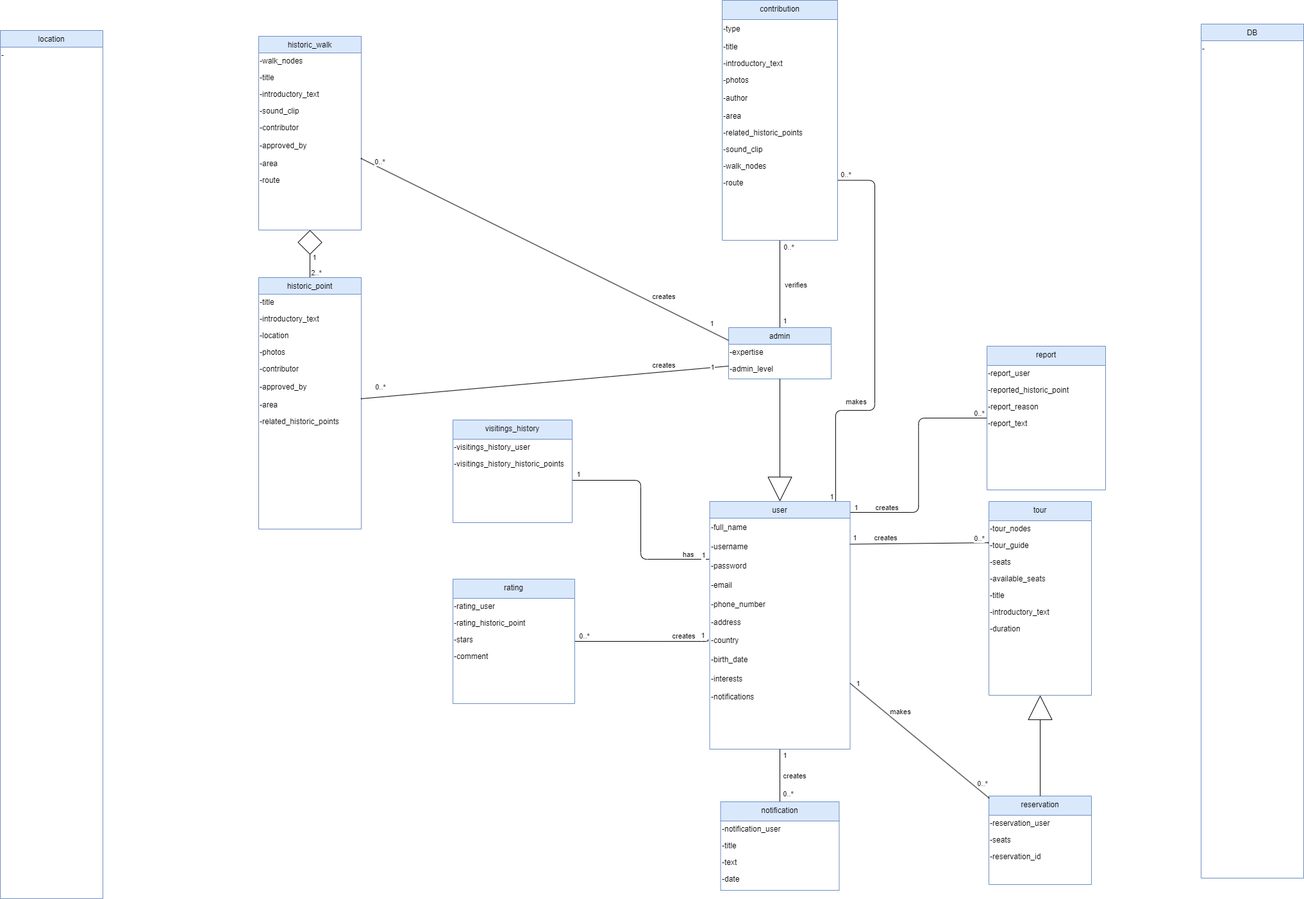
This is NOTES/Domain Model.png from Nektar24/software-engineering, a draw.io export, as it was before one commit. Source tidied: cells renumbered, new cells last; positions are measured from the earlier drawing's top-left corner, leaving out a move shared by most shapes.
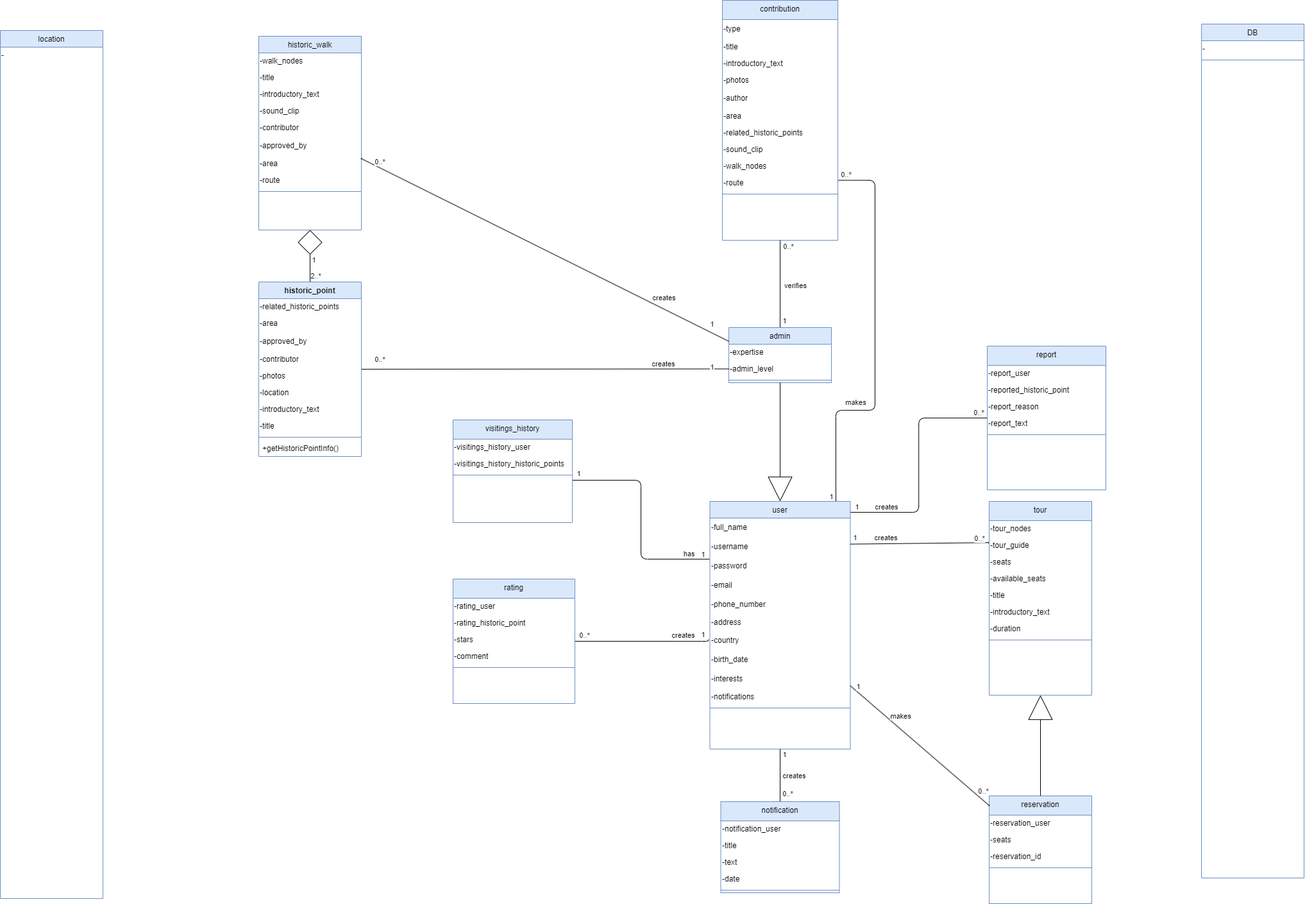
After the change.

Commit message:
domain model added some functions

What changed in the source:
```diff
@@ -127,7 +127,7 @@
       </mxGeometry>
     </mxCell>
     <mxCell id="26" value="admin" style="swimlane;fontStyle=0;align=center;verticalAlign=top;horizontal=1;startSize=26;rounded=0;shadow=0;strokeWidth=1;fillColor=#dae8fc;strokeColor=#6c8ebf;" parent="1" vertex="1">
-      <mxGeometry x="1136" y="510" width="160" height="80" as="geometry" />
+      <mxGeometry x="1136" y="510" width="160" height="86" as="geometry" />
     </mxCell>
     <mxCell id="27" value="-expertise" style="text;html=1;align=left;verticalAlign=middle;strokeColor=none;fillColor=none;" parent="26" vertex="1">
       <mxGeometry y="26" width="160" height="26" as="geometry" />
@@ -135,6 +135,9 @@
     <mxCell id="28" value="-admin_level" style="text;html=1;align=left;verticalAlign=middle;strokeColor=none;fillColor=none;" parent="26" vertex="1">
       <mxGeometry y="52" width="160" height="26" as="geometry" />
     </mxCell>
+    <mxCell id="124" style="line;strokeWidth=1;fillColor=none;align=left;verticalAlign=middle;spacingTop=-1;spacingLeft=3;spacingRight=3;labelPosition=right;strokeColor=inherit;" parent="26" vertex="1">
+      <mxGeometry y="78" width="160" height="8" as="geometry" />
+    </mxCell>
     <mxCell id="29" style="endArrow=block;endSize=36;endFill=0;shadow=0;strokeWidth=1;rounded=1;edgeStyle=orthogonalEdgeStyle;elbow=vertical;curved=0;entryX=0.5;entryY=0;entryDx=0;entryDy=0;" parent="1" edge="1" source="26" target="77">
       <mxGeometry relative="1" as="geometry" />
     </mxCell>
@@ -165,6 +168,9 @@
     <mxCell id="38" value="-route" style="text;html=1;align=left;verticalAlign=middle;strokeColor=none;fillColor=none;" parent="30" vertex="1">
       <mxGeometry y="212" width="160" height="26" as="geometry" />
     </mxCell>
+    <mxCell id="125" style="line;strokeWidth=1;fillColor=none;align=left;verticalAlign=middle;spacingTop=-1;spacingLeft=3;spacingRight=3;labelPosition=right;strokeColor=inherit;" parent="30" vertex="1">
+      <mxGeometry y="238" width="160" height="8" as="geometry" />
+    </mxCell>
     <mxCell id="39" style="edgeStyle=orthogonalEdgeStyle;rounded=1;jettySize=auto;html=1;exitX=0.5;exitY=0;exitDx=0;exitDy=0;entryX=0.5;entryY=1;entryDx=0;entryDy=0;endSize=36;endArrow=diamond;endFill=0;curved=0;" parent="1" edge="1" source="42" target="30">
       <mxGeometry relative="1" as="geometry" />
     </mxCell>
@@ -178,33 +184,6 @@
         <mxPoint x="5" as="offset" />
       </mxGeometry>
     </mxCell>
-    <mxCell id="42" value="historic_point" style="swimlane;fontStyle=0;align=center;verticalAlign=top;horizontal=1;startSize=26;rounded=0;shadow=0;strokeWidth=1;fillColor=#dae8fc;strokeColor=#6c8ebf;" parent="1" vertex="1">
-      <mxGeometry x="403" y="432" width="160" height="392" as="geometry" />
-    </mxCell>
-    <mxCell id="43" value="-title" style="text;html=1;align=left;verticalAlign=middle;strokeColor=none;fillColor=none;" parent="42" vertex="1">
-      <mxGeometry y="26" width="160" height="26" as="geometry" />
-    </mxCell>
-    <mxCell id="44" value="-introductory_text" style="text;html=1;align=left;verticalAlign=middle;strokeColor=none;fillColor=none;" parent="42" vertex="1">
-      <mxGeometry y="52" width="160" height="26" as="geometry" />
-    </mxCell>
-    <mxCell id="45" value="-location" style="text;html=1;align=left;verticalAlign=middle;strokeColor=none;fillColor=none;" parent="42" vertex="1">
-      <mxGeometry y="78" width="160" height="26" as="geometry" />
-    </mxCell>
-    <mxCell id="46" value="-photos" style="text;html=1;align=left;verticalAlign=middle;strokeColor=none;fillColor=none;" parent="42" vertex="1">
-      <mxGeometry y="104" width="160" height="26" as="geometry" />
-    </mxCell>
-    <mxCell id="47" value="-contributor" style="text;html=1;align=left;verticalAlign=middle;strokeColor=none;fillColor=none;" parent="42" vertex="1">
-      <mxGeometry y="130" width="160" height="26" as="geometry" />
-    </mxCell>
-    <mxCell id="48" value="-approved_by" style="text;html=1;align=left;verticalAlign=middle;strokeColor=none;fillColor=none;" parent="42" vertex="1">
-      <mxGeometry y="156" width="160" height="30" as="geometry" />
-    </mxCell>
-    <mxCell id="49" value="-area" style="text;html=1;align=left;verticalAlign=middle;strokeColor=none;fillColor=none;" parent="42" vertex="1">
-      <mxGeometry y="186" width="160" height="26" as="geometry" />
-    </mxCell>
-    <mxCell id="50" value="-related_historic_points" style="text;html=1;align=left;verticalAlign=middle;strokeColor=none;fillColor=none;" parent="42" vertex="1">
-      <mxGeometry y="212" width="160" height="26" as="geometry" />
-    </mxCell>
     <mxCell id="51" value="visitings_history" style="swimlane;fontStyle=0;align=center;verticalAlign=top;horizontal=1;startSize=30;rounded=0;shadow=0;strokeWidth=1;fillColor=#dae8fc;strokeColor=#6c8ebf;" parent="1" vertex="1">
       <mxGeometry x="706" y="654" width="186" height="160" as="geometry" />
     </mxCell>
@@ -214,6 +193,9 @@
     <mxCell id="53" value="-visitings_history_historic_points" style="text;html=1;align=left;verticalAlign=middle;strokeColor=none;fillColor=none;" parent="51" vertex="1">
       <mxGeometry y="56" width="186" height="26" as="geometry" />
     </mxCell>
+    <mxCell id="126" style="line;strokeWidth=1;fillColor=none;align=left;verticalAlign=middle;spacingTop=-1;spacingLeft=3;spacingRight=3;labelPosition=right;strokeColor=inherit;" parent="51" vertex="1">
+      <mxGeometry y="82" width="186" height="8" as="geometry" />
+    </mxCell>
     <mxCell id="54" value="tour" style="swimlane;fontStyle=0;align=center;verticalAlign=top;horizontal=1;startSize=30;rounded=0;shadow=0;strokeWidth=1;fillColor=#dae8fc;strokeColor=#6c8ebf;" parent="1" vertex="1">
       <mxGeometry x="1542" y="781" width="160" height="302" as="geometry" />
     </mxCell>
@@ -238,8 +220,11 @@
     <mxCell id="61" value="-duration" style="text;html=1;align=left;verticalAlign=middle;strokeColor=none;fillColor=none;" parent="54" vertex="1">
       <mxGeometry y="186" width="160" height="26" as="geometry" />
     </mxCell>
+    <mxCell id="127" style="line;strokeWidth=1;fillColor=none;align=left;verticalAlign=middle;spacingTop=-1;spacingLeft=3;spacingRight=3;labelPosition=right;strokeColor=inherit;" parent="54" vertex="1">
+      <mxGeometry y="212" width="160" height="8" as="geometry" />
+    </mxCell>
     <mxCell id="62" value="reservation" style="swimlane;fontStyle=0;align=center;verticalAlign=top;horizontal=1;startSize=30;rounded=0;shadow=0;strokeWidth=1;fillColor=#dae8fc;strokeColor=#6c8ebf;" parent="1" vertex="1">
-      <mxGeometry x="1542" y="1240" width="160" height="138" as="geometry" />
+      <mxGeometry x="1542" y="1240" width="160" height="168" as="geometry" />
     </mxCell>
     <mxCell id="63" value="-reservation_user" style="text;html=1;align=left;verticalAlign=middle;strokeColor=none;fillColor=none;" parent="62" vertex="1">
       <mxGeometry y="30" width="160" height="26" as="geometry" />
@@ -250,6 +235,9 @@
     <mxCell id="65" value="-reservation_id" style="text;html=1;align=left;verticalAlign=middle;strokeColor=none;fillColor=none;" parent="62" vertex="1">
       <mxGeometry y="82" width="160" height="26" as="geometry" />
     </mxCell>
+    <mxCell id="128" style="line;strokeWidth=1;fillColor=none;align=left;verticalAlign=middle;spacingTop=-1;spacingLeft=3;spacingRight=3;labelPosition=right;strokeColor=inherit;" parent="62" vertex="1">
+      <mxGeometry y="108" width="160" height="8" as="geometry" />
+    </mxCell>
     <mxCell id="66" value="report" style="swimlane;fontStyle=0;align=center;verticalAlign=top;horizontal=1;startSize=30;rounded=0;shadow=0;strokeWidth=1;fillColor=#dae8fc;strokeColor=#6c8ebf;" parent="1" vertex="1">
       <mxGeometry x="1539" y="539" width="185" height="224" as="geometry" />
     </mxCell>
@@ -265,6 +253,9 @@
     <mxCell id="70" value="-report_text" style="text;html=1;align=left;verticalAlign=middle;strokeColor=none;fillColor=none;" parent="66" vertex="1">
       <mxGeometry y="108" width="185" height="26" as="geometry" />
     </mxCell>
+    <mxCell id="129" style="line;strokeWidth=1;fillColor=none;align=left;verticalAlign=middle;spacingTop=-1;spacingLeft=3;spacingRight=3;labelPosition=right;strokeColor=inherit;" parent="66" vertex="1">
+      <mxGeometry y="134" width="185" height="8" as="geometry" />
+    </mxCell>
     <mxCell id="71" value="rating" style="swimlane;fontStyle=0;align=center;verticalAlign=top;horizontal=1;startSize=30;rounded=0;shadow=0;strokeWidth=1;fillColor=#dae8fc;strokeColor=#6c8ebf;" parent="1" vertex="1">
       <mxGeometry x="706" y="902" width="190" height="194" as="geometry" />
     </mxCell>
@@ -280,6 +271,9 @@
     <mxCell id="75" value="-comment" style="text;html=1;align=left;verticalAlign=middle;strokeColor=none;fillColor=none;" parent="71" vertex="1">
       <mxGeometry y="108" width="190" height="26" as="geometry" />
     </mxCell>
+    <mxCell id="130" style="line;strokeWidth=1;fillColor=none;align=left;verticalAlign=middle;spacingTop=-1;spacingLeft=3;spacingRight=3;labelPosition=right;strokeColor=inherit;" parent="71" vertex="1">
+      <mxGeometry y="134" width="190" height="8" as="geometry" />
+    </mxCell>
     <mxCell id="76" style="endArrow=block;endSize=36;endFill=0;shadow=0;strokeWidth=1;rounded=1;edgeStyle=orthogonalEdgeStyle;elbow=vertical;curved=0;exitX=0.5;exitY=0;exitDx=0;exitDy=0;entryX=0.5;entryY=1;entryDx=0;entryDy=0;" parent="1" edge="1" source="62" target="54">
       <mxGeometry relative="1" as="geometry" />
     </mxCell>
@@ -316,6 +310,9 @@
     <mxCell id="87" value="-notifications" style="text;html=1;align=left;verticalAlign=middle;strokeColor=none;fillColor=none;fontSize=12;" parent="77" vertex="1">
       <mxGeometry y="292" width="219" height="26" as="geometry" />
     </mxCell>
+    <mxCell id="131" style="line;strokeWidth=1;fillColor=none;align=left;verticalAlign=middle;spacingTop=-1;spacingLeft=3;spacingRight=3;labelPosition=right;strokeColor=inherit;" parent="77" vertex="1">
+      <mxGeometry y="318" width="219" height="8" as="geometry" />
+    </mxCell>
     <mxCell id="88" value="contribution" style="swimlane;fontStyle=0;align=center;verticalAlign=top;horizontal=1;startSize=30;rounded=0;shadow=0;strokeWidth=1;fillColor=#dae8fc;strokeColor=#6c8ebf;" parent="1" vertex="1">
       <mxGeometry x="1126" width="180" height="374" as="geometry" />
     </mxCell>
@@ -349,6 +346,9 @@
     <mxCell id="98" value="-route" style="text;html=1;align=left;verticalAlign=middle;strokeColor=none;fillColor=none;" parent="88" vertex="1">
       <mxGeometry y="272" width="180" height="26" as="geometry" />
     </mxCell>
+    <mxCell id="132" style="line;strokeWidth=1;fillColor=none;align=left;verticalAlign=middle;spacingTop=-1;spacingLeft=3;spacingRight=3;labelPosition=right;strokeColor=inherit;" parent="88" vertex="1">
+      <mxGeometry y="298" width="180" height="8" as="geometry" />
+    </mxCell>
     <mxCell id="99" style="edgeStyle=none;curved=1;rounded=0;jettySize=auto;html=1;exitX=0.5;exitY=0;exitDx=0;exitDy=0;fontSize=12;startSize=8;endSize=8;endArrow=none;endFill=0;entryX=0.5;entryY=1;entryDx=0;entryDy=0;" parent="1" edge="1" source="103" target="77">
       <mxGeometry relative="1" as="geometry" />
     </mxCell>
@@ -368,7 +368,7 @@
       </mxGeometry>
     </mxCell>
     <mxCell id="103" value="notification" style="swimlane;fontStyle=0;align=center;verticalAlign=top;horizontal=1;startSize=30;rounded=0;shadow=0;strokeWidth=1;fillColor=#dae8fc;strokeColor=#6c8ebf;" parent="1" vertex="1">
-      <mxGeometry x="1123.5" y="1249" width="185" height="138" as="geometry" />
+      <mxGeometry x="1123.5" y="1249" width="185" height="142" as="geometry" />
     </mxCell>
     <mxCell id="104" value="-notification_user" style="text;html=1;align=left;verticalAlign=middle;strokeColor=none;fillColor=none;" parent="103" vertex="1">
       <mxGeometry y="30" width="185" height="26" as="geometry" />
@@ -382,12 +382,18 @@
     <mxCell id="107" value="-date" style="text;html=1;align=left;verticalAlign=middle;strokeColor=none;fillColor=none;fontSize=12;" parent="103" vertex="1">
       <mxGeometry y="108" width="185" height="26" as="geometry" />
     </mxCell>
+    <mxCell id="133" style="line;strokeWidth=1;fillColor=none;align=left;verticalAlign=middle;spacingTop=-1;spacingLeft=3;spacingRight=3;labelPosition=right;strokeColor=inherit;" parent="103" vertex="1">
+      <mxGeometry y="134" width="185" height="8" as="geometry" />
+    </mxCell>
     <mxCell id="108" value="DB" style="swimlane;fontStyle=0;align=center;verticalAlign=top;horizontal=1;startSize=26;rounded=0;shadow=0;strokeWidth=1;fillColor=#dae8fc;strokeColor=#6c8ebf;" parent="1" vertex="1">
       <mxGeometry x="1873" y="37" width="160" height="1331" as="geometry" />
     </mxCell>
     <mxCell id="109" value="-" style="text;html=1;align=left;verticalAlign=middle;strokeColor=none;fillColor=none;" parent="108" vertex="1">
       <mxGeometry y="26" width="160" height="26" as="geometry" />
     </mxCell>
+    <mxCell id="134" style="line;strokeWidth=1;fillColor=none;align=left;verticalAlign=middle;spacingTop=-1;spacingLeft=3;spacingRight=3;labelPosition=right;strokeColor=inherit;" parent="108" vertex="1">
+      <mxGeometry y="52" width="160" height="8" as="geometry" />
+    </mxCell>
     <mxCell id="110" value="location" style="swimlane;fontStyle=0;align=center;verticalAlign=top;horizontal=1;startSize=26;rounded=0;shadow=0;strokeWidth=1;fillColor=#dae8fc;strokeColor=#6c8ebf;" parent="1" vertex="1">
       <mxGeometry y="47" width="160" height="1353" as="geometry" />
     </mxCell>
@@ -448,5 +454,38 @@
         <mxPoint y="-22" as="offset" />
       </mxGeometry>
     </mxCell>
+    <mxCell id="42" value="historic_point" style="swimlane;fontStyle=1;align=center;verticalAlign=top;horizontal=1;startSize=26;whiteSpace=wrap;html=1;fillColor=#dae8fc;strokeColor=#6c8ebf;" parent="1" vertex="1">
+      <mxGeometry x="403" y="439" width="160" height="272" as="geometry" />
+    </mxCell>
+    <mxCell id="50" value="-related_historic_points" style="text;html=1;align=left;verticalAlign=middle;strokeColor=none;fillColor=none;" parent="42" vertex="1">
+      <mxGeometry y="26" width="160" height="26" as="geometry" />
+    </mxCell>
+    <mxCell id="49" value="-area" style="text;html=1;align=left;verticalAlign=middle;strokeColor=none;fillColor=none;" parent="42" vertex="1">
+      <mxGeometry y="52" width="160" height="26" as="geometry" />
+    </mxCell>
+    <mxCell id="48" value="-approved_by" style="text;html=1;align=left;verticalAlign=middle;strokeColor=none;fillColor=none;" parent="42" vertex="1">
+      <mxGeometry y="78" width="160" height="30" as="geometry" />
+    </mxCell>
+    <mxCell id="47" value="-contributor" style="text;html=1;align=left;verticalAlign=middle;strokeColor=none;fillColor=none;" parent="42" vertex="1">
+      <mxGeometry y="108" width="160" height="26" as="geometry" />
+    </mxCell>
+    <mxCell id="46" value="-photos" style="text;html=1;align=left;verticalAlign=middle;strokeColor=none;fillColor=none;" parent="42" vertex="1">
+      <mxGeometry y="134" width="160" height="26" as="geometry" />
+    </mxCell>
+    <mxCell id="45" value="-location" style="text;html=1;align=left;verticalAlign=middle;strokeColor=none;fillColor=none;" parent="42" vertex="1">
+      <mxGeometry y="160" width="160" height="26" as="geometry" />
+    </mxCell>
+    <mxCell id="44" value="-introductory_text" style="text;html=1;align=left;verticalAlign=middle;strokeColor=none;fillColor=none;" parent="42" vertex="1">
+      <mxGeometry y="186" width="160" height="26" as="geometry" />
+    </mxCell>
+    <mxCell id="43" value="-title" style="text;html=1;align=left;verticalAlign=middle;strokeColor=none;fillColor=none;" parent="42" vertex="1">
+      <mxGeometry y="212" width="160" height="26" as="geometry" />
+    </mxCell>
+    <mxCell id="135" style="line;strokeWidth=1;fillColor=none;align=left;verticalAlign=middle;spacingTop=-1;spacingLeft=3;spacingRight=3;labelPosition=right;strokeColor=inherit;" parent="42" vertex="1">
+      <mxGeometry y="238" width="160" height="8" as="geometry" />
+    </mxCell>
+    <mxCell id="136" value="+getHistoricPointInfo()" style="text;strokeColor=none;fillColor=none;align=left;verticalAlign=top;spacingLeft=4;spacingRight=4;overflow=hidden;whiteSpace=wrap;html=1;" parent="42" vertex="1">
+      <mxGeometry y="246" width="160" height="26" as="geometry" />
+    </mxCell>
   </root>
 </mxGraphModel>
```
